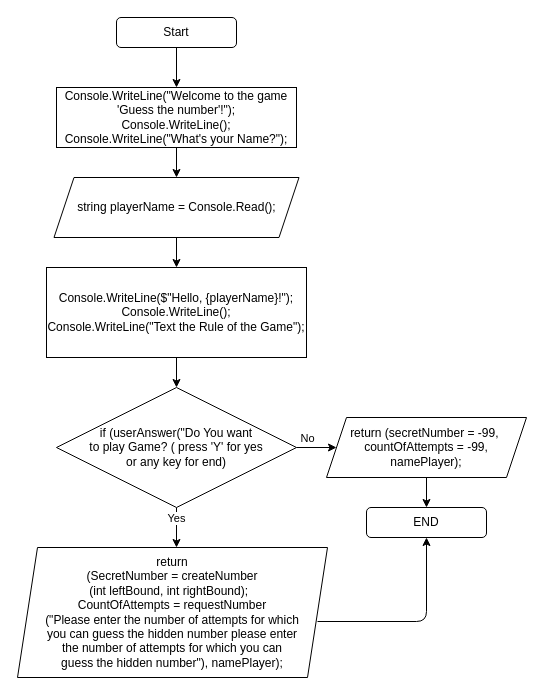
Above: guess_the_number/BlockDiagram/Welcome.drawio in AbubakirovRA/Homework-HelloCode (draw.io), before the change. Source tidied: cells renumbered, new cells numbered last; positions are measured from the earlier drawing's top-left corner, leaving out a move shared by most shapes. Both pictures are drawn from the tidied source at 100%, with x=0, y=0 at pixel (17, 17).
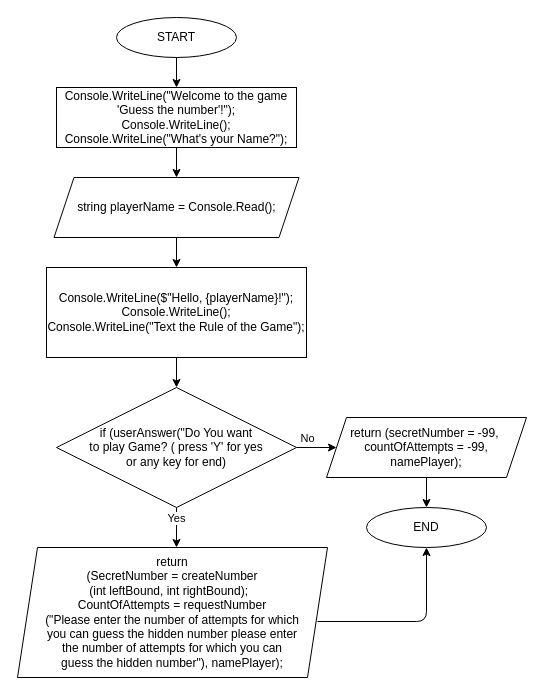
Above is the later version.

The change refers to these unchanged cells:
```xml
<mxCell id="6" value="Console.WriteLine(&quot;Welcome to the game '&lt;span class=&quot;VIiyi&quot; lang=&quot;en&quot;&gt;Guess the number'!&quot;);&lt;br&gt;Console.WriteLine(&lt;span class=&quot;VIiyi&quot; lang=&quot;en&quot;&gt;);&lt;br&gt;&lt;/span&gt;Console.WriteLine(&quot;What's your Name?&lt;span class=&quot;VIiyi&quot; lang=&quot;en&quot;&gt;&quot;);&lt;/span&gt;&lt;br&gt;&lt;/span&gt;" style="rounded=0;whiteSpace=wrap;html=1;" parent="1" vertex="1">
  <mxGeometry x="39" y="70" width="240" height="60" as="geometry" />
</mxCell>
<mxCell id="17" value="&lt;font style=&quot;font-size: 12px&quot;&gt;return (s&lt;span style=&quot;background-color: rgb(255 , 255 , 255)&quot;&gt;ecretNumber = -99,&amp;nbsp;&lt;br&gt;&lt;/span&gt;&lt;span style=&quot;background-color: rgb(255 , 255 , 255)&quot;&gt;countOfAttempts = -99,&lt;br&gt;namePlayer);&lt;/span&gt;&lt;/font&gt;" style="shape=parallelogram;perimeter=parallelogramPerimeter;whiteSpace=wrap;html=1;fixedSize=1;" parent="1" vertex="1">
  <mxGeometry x="309" y="400" width="200" height="60" as="geometry" />
</mxCell>
```

Diff of the diagram source:
```diff
@@
-    <mxCell id="2" style="edgeStyle=none;html=1;" parent="1" edge="1" source="3" target="6">
-      <mxGeometry relative="1" as="geometry" />
+    <mxCell id="2" style="edgeStyle=none;html=1;" parent="1" edge="1" target="6">
+      <mxGeometry relative="1" as="geometry">
+        <mxPoint x="159" y="30" as="sourcePoint" />
+      </mxGeometry>
     </mxCell>
-    <mxCell id="3" value="Start" style="rounded=1;whiteSpace=wrap;html=1;" parent="1" vertex="1">
-      <mxGeometry x="99" width="120" height="30" as="geometry" />
-    </mxCell>
@@
-    <mxCell id="16" style="edgeStyle=none;html=1;" parent="1" edge="1" source="17" target="18">
-      <mxGeometry relative="1" as="geometry" />
+    <mxCell id="16" style="edgeStyle=none;html=1;" parent="1" edge="1" source="17">
+      <mxGeometry relative="1" as="geometry">
+        <mxPoint x="409" y="490" as="targetPoint" />
+      </mxGeometry>
     </mxCell>
@@
-    <mxCell id="18" value="END" style="rounded=1;whiteSpace=wrap;html=1;" parent="1" vertex="1">
-      <mxGeometry x="349" y="490" width="120" height="30" as="geometry" />
-    </mxCell>
@@
+    <mxCell id="18" value="END" style="ellipse;whiteSpace=wrap;html=1;" parent="1" vertex="1">
+      <mxGeometry x="349" y="490" width="120" height="40" as="geometry" />
+    </mxCell>
+    <mxCell id="21" value="START" style="ellipse;whiteSpace=wrap;html=1;" parent="1" vertex="1">
+      <mxGeometry x="99" width="120" height="40" as="geometry" />
+    </mxCell>
```
